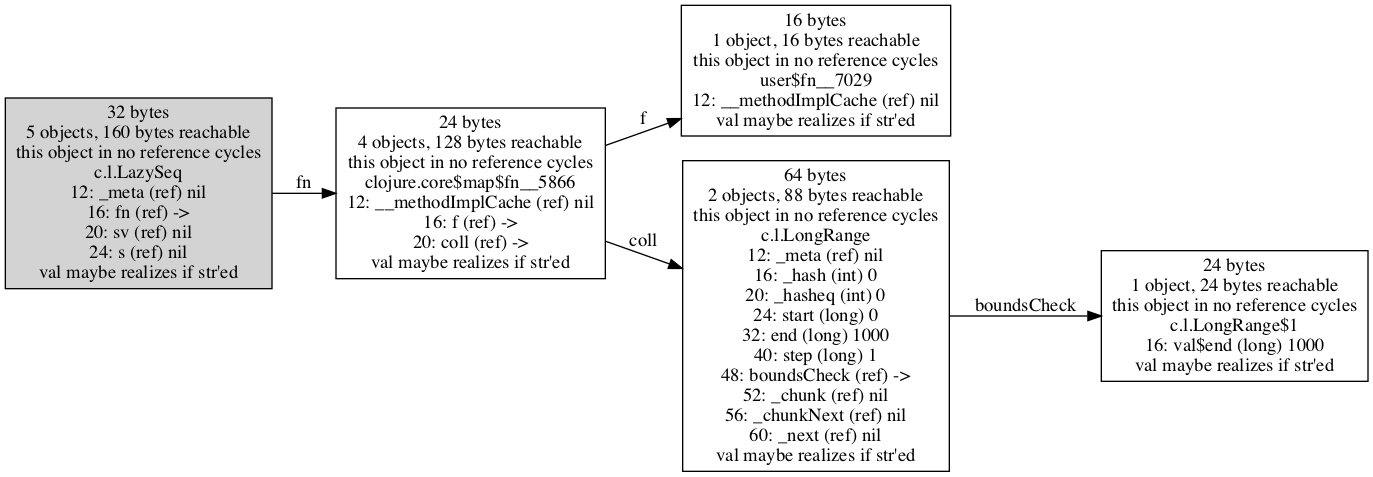
Before: doc/images/chunked-seq-unrealized.png, a diagram exported from Graphviz (jafingerhut/cljol). Its source is kept beside it as doc/images/chunked-seq-unrealized.dot.
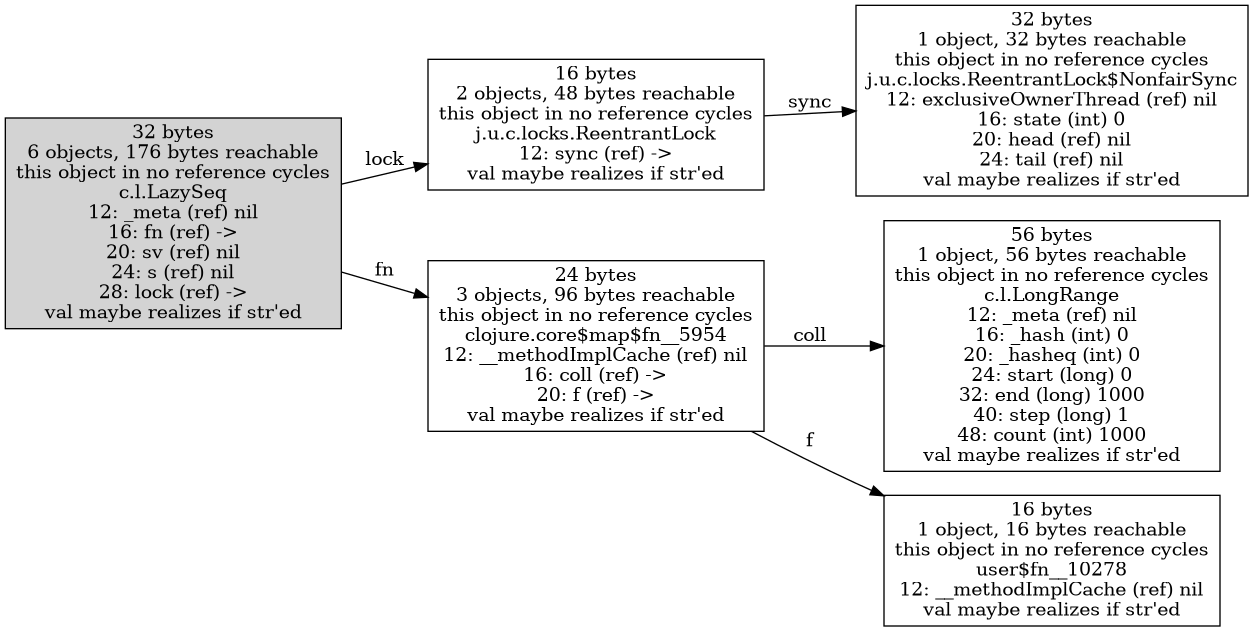
After the commit.

What changed in the source:
```diff
@@ -1,13 +1,7 @@
 digraph {
-graph [layout=dot,rankdir=LR];
-"31896926152" ["scc-num-nodes"=1,label="16 bytes
-1 object, 16 bytes reachable
-this object in no reference cycles
-user$fn__7029
-12: __methodImplCache (ref) nil
-val maybe realizes if str'ed",shape=box];
-"31896926336" ["scc-num-nodes"=1,label="64 bytes
-2 objects, 88 bytes reachable
+graph [layout="dot",rankdir="LR"];
+"18128863040" ["reachable-only-from"=18128862592,"scc-num-nodes"=1,label="56 bytes
+1 object, 56 bytes reachable
 this object in no reference cycles
 c.l.LongRange
 12: _meta (ref) nil
@@ -16,36 +10,50 @@
 24: start (long) 0
 32: end (long) 1000
 40: step (long) 1
-48: boundsCheck (ref) ->
-52: _chunk (ref) nil
-56: _chunkNext (ref) nil
-60: _next (ref) nil
-val maybe realizes if str'ed",shape=box];
-"31896926400" ["scc-num-nodes"=1,label="24 bytes
-1 object, 24 bytes reachable
-this object in no reference cycles
-c.l.LongRange$1
-16: val$end (long) 1000
-val maybe realizes if str'ed",shape=box];
-"31896926648" ["scc-num-nodes"=1,style=filled,label="32 bytes
-5 objects, 160 bytes reachable
+48: count (int) 1000
+val maybe realizes if str'ed",shape="box"];
+"18128862592" ["reachable-only-from"=18128862592,"scc-num-nodes"=1,style="filled","my-unique-total-size"=176,"my-unique-num-reachable-nodes"=6,label="32 bytes
+6 objects, 176 bytes reachable
 this object in no reference cycles
 c.l.LazySeq
 12: _meta (ref) nil
 16: fn (ref) ->
 20: sv (ref) nil
 24: s (ref) nil
-val maybe realizes if str'ed",shape=box];
-"31896926680" ["scc-num-nodes"=1,label="24 bytes
-4 objects, 128 bytes reachable
+28: lock (ref) ->
+val maybe realizes if str'ed",shape="box"];
+"18128863616" ["reachable-only-from"=18128862592,"scc-num-nodes"=1,label="16 bytes
+2 objects, 48 bytes reachable
 this object in no reference cycles
-clojure.core$map$fn__5866
+j.u.c.locks.ReentrantLock
+12: sync (ref) ->
+val maybe realizes if str'ed",shape="box"];
+"18128862848" ["reachable-only-from"=18128862592,"scc-num-nodes"=1,label="24 bytes
+3 objects, 96 bytes reachable
+this object in no reference cycles
+clojure.core$map$fn__5954
 12: __methodImplCache (ref) nil
-16: f (ref) ->
-20: coll (ref) ->
-val maybe realizes if str'ed",shape=box];
-"31896926336" -> "31896926400" ["field-name"=boundsCheck,label=boundsCheck];
-"31896926648" -> "31896926680" ["field-name"=fn,label=fn];
-"31896926680" -> "31896926152" ["field-name"=f,label=f];
-"31896926680" -> "31896926336" ["field-name"=coll,label=coll];
+16: coll (ref) ->
+20: f (ref) ->
+val maybe realizes if str'ed",shape="box"];
+"18128863488" ["reachable-only-from"=18128862592,"scc-num-nodes"=1,label="16 bytes
+1 object, 16 bytes reachable
+this object in no reference cycles
+user$fn__10278
+12: __methodImplCache (ref) nil
+val maybe realizes if str'ed",shape="box"];
+"18128863744" ["reachable-only-from"=18128862592,"scc-num-nodes"=1,label="32 bytes
+1 object, 32 bytes reachable
+this object in no reference cycles
+j.u.c.locks.ReentrantLock$NonfairSync
+12: exclusiveOwnerThread (ref) nil
+16: state (int) 0
+20: head (ref) nil
+24: tail (ref) nil
+val maybe realizes if str'ed",shape="box"];
+"18128862592" -> "18128862848" ["field-name"="fn",label="fn"];
+"18128862592" -> "18128863616" ["field-name"="lock",label="lock"];
+"18128863616" -> "18128863744" ["field-name"="sync",label="sync"];
+"18128862848" -> "18128863040" ["field-name"="coll",label="coll"];
+"18128862848" -> "18128863488" ["field-name"="f",label="f"];
 }
```
